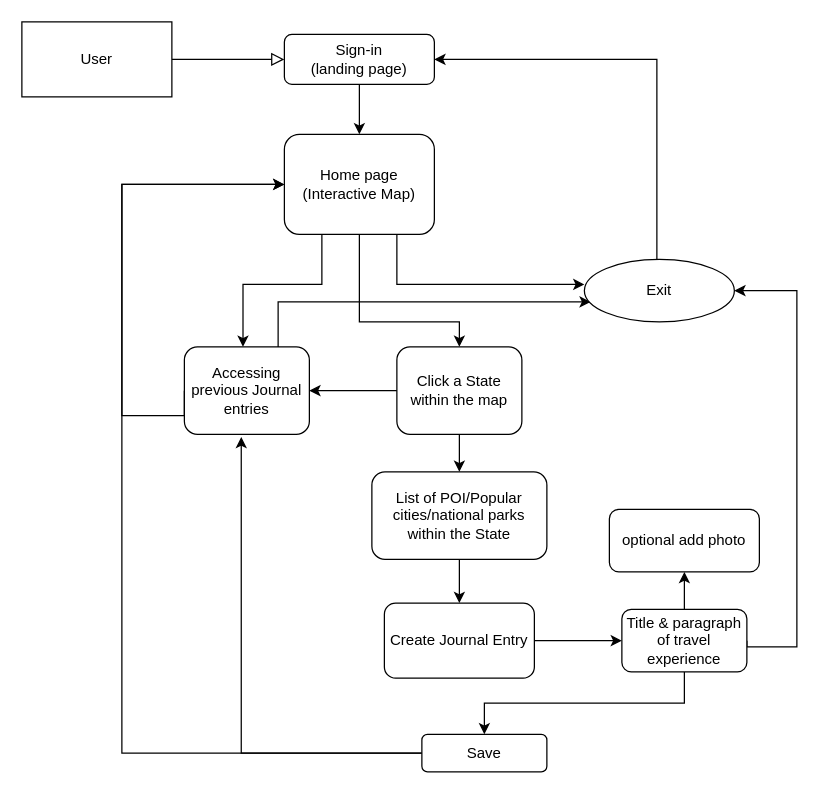
The draw.io diagram Milestone 1 Flowchart Diagram.drawio in amandaxay/Interactive_Map, before the edit. Source tidied: cells renumbered, new cells numbered last; positions are measured from the earlier drawing's top-left corner, leaving out a move shared by most shapes. Both pictures are drawn from the tidied source at 125%, with x=0, y=0 at pixel (21, 21).
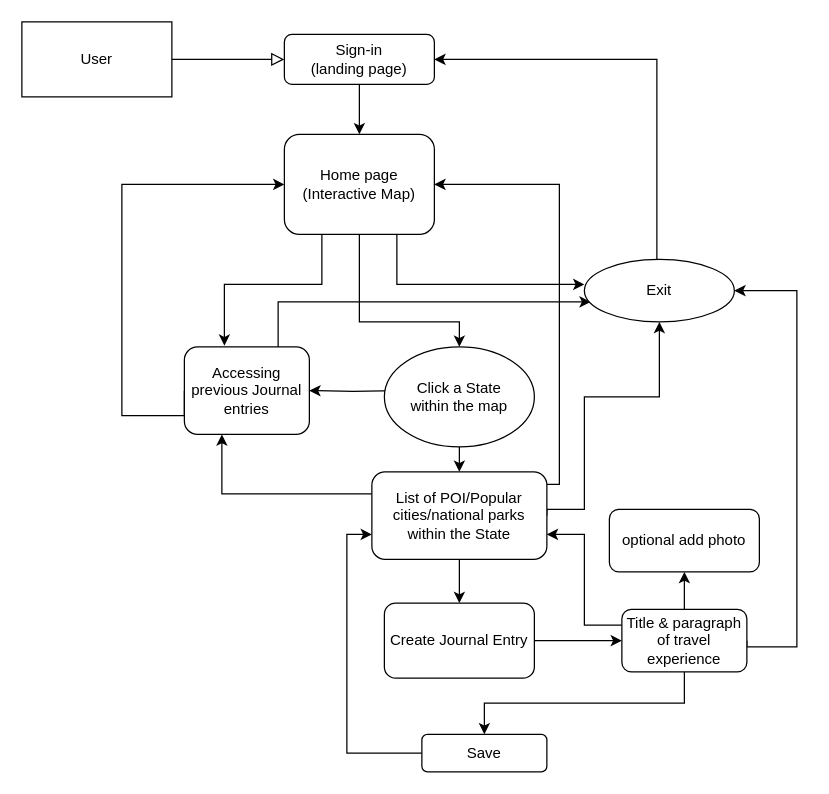
After the change.

Unchanged cells that the change refers to:
```xml
<mxCell id="9" value="Home page&lt;br&gt;(Interactive Map)" style="rounded=1;whiteSpace=wrap;html=1;" parent="1" vertex="1">
  <mxGeometry x="210" y="90" width="120" height="80" as="geometry" />
</mxCell>
<mxCell id="12" value="Accessing previous Journal entries" style="rounded=1;whiteSpace=wrap;html=1;" parent="1" vertex="1">
  <mxGeometry x="130" y="260" width="100" height="70" as="geometry" />
</mxCell>
<mxCell id="18" value="List of POI/Popular cities/national parks within the State" style="rounded=1;whiteSpace=wrap;html=1;" parent="1" vertex="1">
  <mxGeometry x="280" y="360" width="140" height="70" as="geometry" />
</mxCell>
<mxCell id="23" value="Save" style="rounded=1;whiteSpace=wrap;html=1;" parent="1" vertex="1">
  <mxGeometry x="320" y="570" width="100" height="30" as="geometry" />
</mxCell>
<mxCell id="26" value="Title &amp;amp; paragraph of travel experience" style="rounded=1;whiteSpace=wrap;html=1;" parent="1" vertex="1">
  <mxGeometry x="480" y="470" width="100" height="50" as="geometry" />
</mxCell>
<mxCell id="29" value="Exit" style="ellipse;whiteSpace=wrap;html=1;" parent="1" vertex="1">
  <mxGeometry x="450" y="190" width="120" height="50" as="geometry" />
</mxCell>
```

The edit, as a diff of the source:
```diff
@@
-    <mxCell id="6" style="edgeStyle=orthogonalEdgeStyle;rounded=0;jettySize=auto;html=1;exitX=0.5;exitY=1;exitDx=0;exitDy=0;entryX=0.5;entryY=0;entryDx=0;entryDy=0;" parent="1" edge="1" source="9" target="15">
+    <mxCell id="6" style="edgeStyle=orthogonalEdgeStyle;rounded=0;jettySize=auto;html=1;exitX=0.5;exitY=1;exitDx=0;exitDy=0;entryX=0.5;entryY=0;entryDx=0;entryDy=0;" parent="1" edge="1" source="9">
       <mxGeometry relative="1" as="geometry">
+        <mxPoint x="350" y="260" as="targetPoint" />
         <Array as="points">
           <mxPoint x="270" y="240" />
           <mxPoint x="350" y="240" />
         </Array>
       </mxGeometry>
     </mxCell>
-    <mxCell id="7" style="edgeStyle=orthogonalEdgeStyle;rounded=0;jettySize=auto;html=1;exitX=0.25;exitY=1;exitDx=0;exitDy=0;entryX=0.469;entryY=0;entryDx=0;entryDy=0;entryPerimeter=0;" parent="1" edge="1" source="9" target="12">
+    <mxCell id="7" style="edgeStyle=orthogonalEdgeStyle;rounded=0;jettySize=auto;html=1;exitX=0.25;exitY=1;exitDx=0;exitDy=0;entryX=0.32;entryY=-0.014;entryDx=0;entryDy=0;entryPerimeter=0;" parent="1" edge="1" source="9" target="12">
       <mxGeometry relative="1" as="geometry">
         <Array as="points">
           <mxPoint x="240" y="210" />
-          <mxPoint x="177" y="210" />
+          <mxPoint x="162" y="210" />
         </Array>
       </mxGeometry>
     </mxCell>
@@
-    <mxCell id="14" style="edgeStyle=orthogonalEdgeStyle;rounded=0;jettySize=auto;html=1;exitX=0.5;exitY=1;exitDx=0;exitDy=0;entryX=0.5;entryY=0;entryDx=0;entryDy=0;" parent="1" edge="1" source="15" target="18">
-      <mxGeometry relative="1" as="geometry" />
+    <mxCell id="14" style="edgeStyle=orthogonalEdgeStyle;rounded=0;jettySize=auto;html=1;exitX=0.5;exitY=1;exitDx=0;exitDy=0;entryX=0.5;entryY=0;entryDx=0;entryDy=0;" parent="1" edge="1" target="18">
+      <mxGeometry relative="1" as="geometry">
+        <mxPoint x="350" y="330" as="sourcePoint" />
+      </mxGeometry>
     </mxCell>
-    <mxCell id="15" value="Click a State within the map" style="rounded=1;whiteSpace=wrap;html=1;" parent="1" vertex="1">
-      <mxGeometry x="300" y="260" width="100" height="70" as="geometry" />
-    </mxCell>
@@
-    <mxCell id="17" style="edgeStyle=orthogonalEdgeStyle;rounded=0;jettySize=auto;html=1;exitX=0;exitY=0.5;exitDx=0;exitDy=0;entryX=1;entryY=0.5;entryDx=0;entryDy=0;" parent="1" edge="1" source="15" target="12">
-      <mxGeometry relative="1" as="geometry" />
+    <mxCell id="17" style="edgeStyle=orthogonalEdgeStyle;rounded=0;jettySize=auto;html=1;exitX=0;exitY=0.5;exitDx=0;exitDy=0;entryX=1;entryY=0.5;entryDx=0;entryDy=0;" parent="1" edge="1" target="12">
+      <mxGeometry relative="1" as="geometry">
+        <mxPoint x="300" y="295" as="sourcePoint" />
+      </mxGeometry>
     </mxCell>
+    <mxCell id="30" style="edgeStyle=orthogonalEdgeStyle;rounded=0;jettySize=auto;html=1;entryX=1;entryY=0.5;entryDx=0;entryDy=0;" parent="1" edge="1" source="18" target="9">
+      <mxGeometry relative="1" as="geometry">
+        <Array as="points">
+          <mxPoint x="430" y="370" />
+          <mxPoint x="430" y="130" />
+        </Array>
+      </mxGeometry>
+    </mxCell>
+    <mxCell id="31" style="edgeStyle=orthogonalEdgeStyle;rounded=0;jettySize=auto;html=1;exitX=0;exitY=0.25;exitDx=0;exitDy=0;" parent="1" edge="1" source="18" target="12">
+      <mxGeometry relative="1" as="geometry">
+        <Array as="points">
+          <mxPoint x="160" y="378" />
+        </Array>
+      </mxGeometry>
+    </mxCell>
+    <mxCell id="32" style="edgeStyle=orthogonalEdgeStyle;rounded=0;jettySize=auto;html=1;exitX=1;exitY=0.5;exitDx=0;exitDy=0;entryX=0.5;entryY=1;entryDx=0;entryDy=0;" parent="1" edge="1" source="18" target="29">
+      <mxGeometry relative="1" as="geometry">
+        <Array as="points">
+          <mxPoint x="420" y="390" />
+          <mxPoint x="450" y="390" />
+          <mxPoint x="450" y="300" />
+          <mxPoint x="510" y="300" />
+        </Array>
+      </mxGeometry>
+    </mxCell>
@@
-    <mxCell id="20" style="edgeStyle=orthogonalEdgeStyle;rounded=0;jettySize=auto;html=1;entryX=0.455;entryY=1.03;entryDx=0;entryDy=0;entryPerimeter=0;" parent="1" edge="1" source="23" target="12">
-      <mxGeometry relative="1" as="geometry" />
-    </mxCell>
-    <mxCell id="21" style="edgeStyle=orthogonalEdgeStyle;rounded=0;jettySize=auto;html=1;exitX=0;exitY=0.5;exitDx=0;exitDy=0;entryX=0;entryY=0.5;entryDx=0;entryDy=0;" parent="1" edge="1" source="23" target="9">
-      <mxGeometry relative="1" as="geometry">
-        <Array as="points">
-          <mxPoint x="80" y="585" />
-          <mxPoint x="80" y="130" />
-        </Array>
-      </mxGeometry>
-    </mxCell>
@@
+    <mxCell id="33" style="edgeStyle=orthogonalEdgeStyle;rounded=0;jettySize=auto;html=1;exitX=0;exitY=0.5;exitDx=0;exitDy=0;" parent="1" edge="1" source="23" target="18">
+      <mxGeometry relative="1" as="geometry">
+        <Array as="points">
+          <mxPoint x="260" y="585" />
+          <mxPoint x="260" y="410" />
+        </Array>
+      </mxGeometry>
+    </mxCell>
@@
+    <mxCell id="34" style="edgeStyle=orthogonalEdgeStyle;rounded=0;jettySize=auto;html=1;exitX=0;exitY=0.25;exitDx=0;exitDy=0;" parent="1" edge="1" source="26">
+      <mxGeometry relative="1" as="geometry">
+        <mxPoint x="420" y="410" as="targetPoint" />
+        <Array as="points">
+          <mxPoint x="450" y="483" />
+          <mxPoint x="450" y="410" />
+          <mxPoint x="420" y="410" />
+        </Array>
+      </mxGeometry>
+    </mxCell>
@@
+    <mxCell id="15" value="&lt;span&gt;Click a State &lt;br&gt;within the map&lt;/span&gt;" style="ellipse;whiteSpace=wrap;html=1;" parent="1" vertex="1">
+      <mxGeometry x="290" y="260" width="120" height="80" as="geometry" />
+    </mxCell>
```
